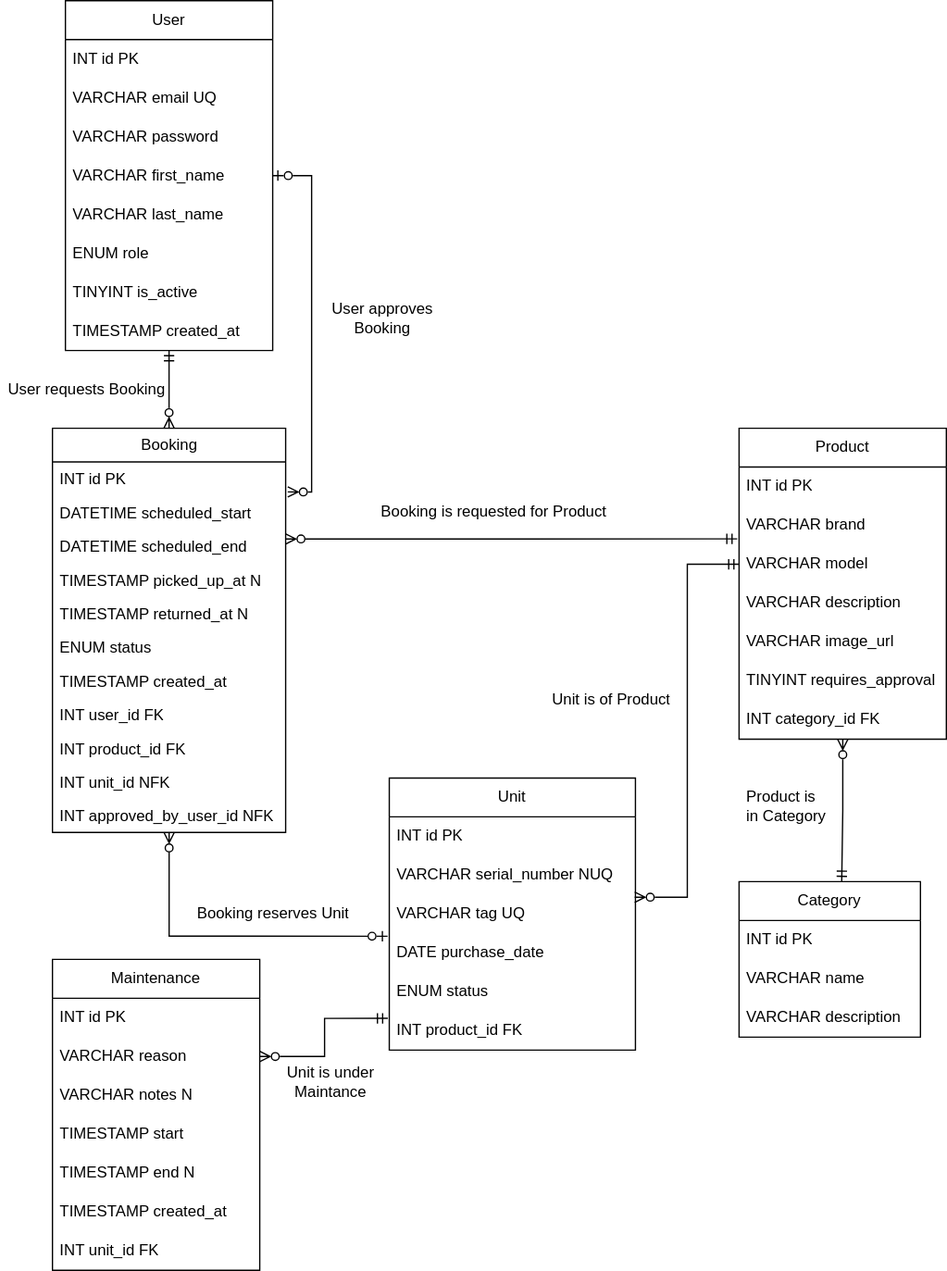
Before: database/Equipment Booking.drawio.svg, a diagram exported from draw.io (37265/equipment-manager). Source tidied: cells renumbered, new cells last; positions are measured from the earlier drawing's top-left corner, leaving out a move shared by most shapes.
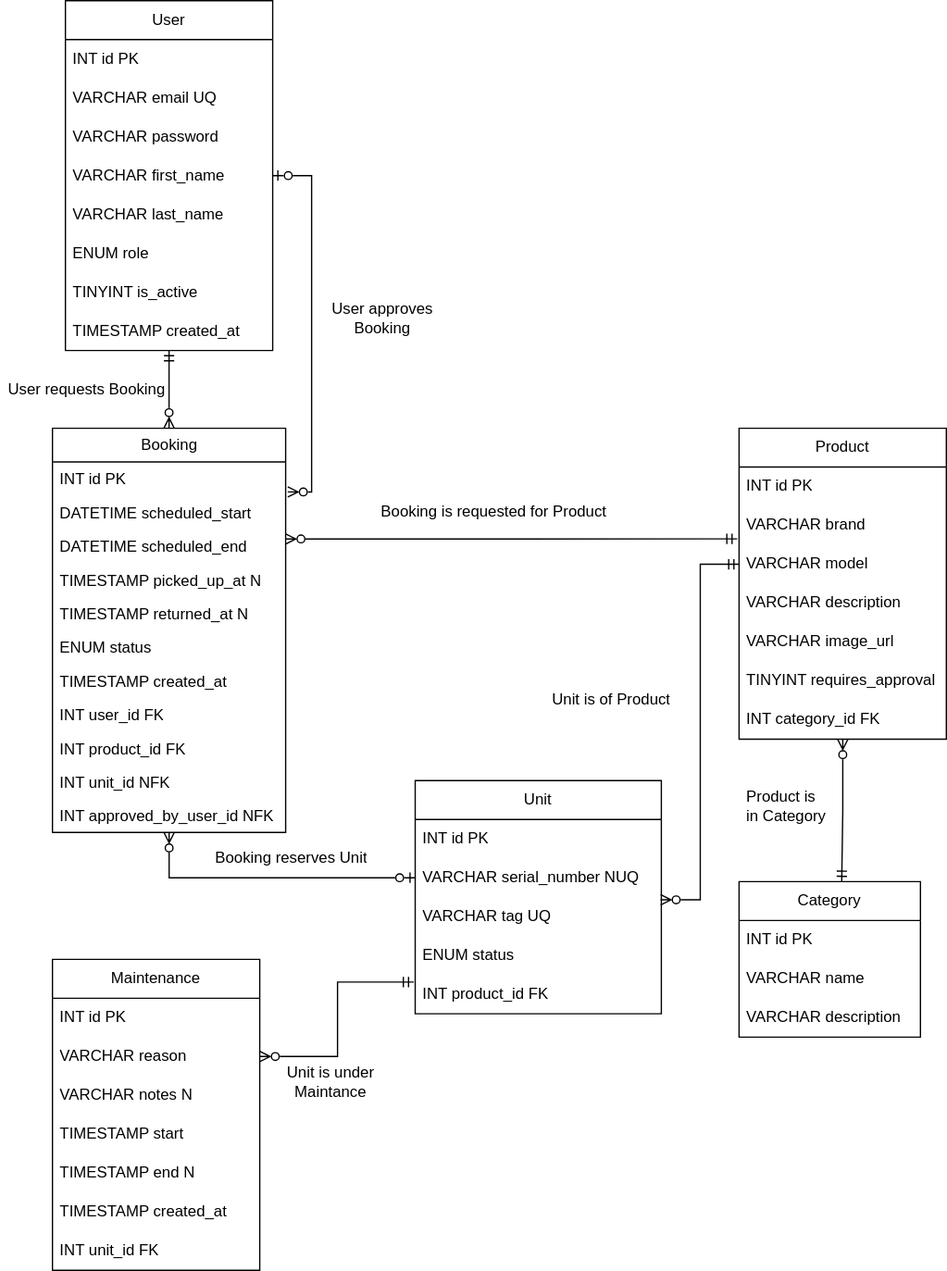
Above is the later version.

Diff of the diagram source:
```diff
@@ -105,7 +105,7 @@
       <mxGeometry y="286" width="180" height="26" as="geometry" />
     </mxCell>
     <mxCell id="36" value="Unit" style="swimlane;fontStyle=0;horizontal=1;startSize=30;whiteSpace=wrap;html=1;" parent="1" vertex="1">
-      <mxGeometry x="300" y="600" width="190" height="210" as="geometry" />
+      <mxGeometry x="320" y="602" width="190" height="180" as="geometry" />
     </mxCell>
     <mxCell id="37" value="INT id PK" style="text;strokeColor=none;fillColor=none;align=left;verticalAlign=middle;spacingLeft=4;spacingRight=4;overflow=hidden;whiteSpace=wrap;html=1;" parent="36" vertex="1">
       <mxGeometry y="30" width="190" height="30" as="geometry" />
@@ -116,14 +116,11 @@
     <mxCell id="39" value="VARCHAR tag UQ" style="text;strokeColor=none;fillColor=none;align=left;verticalAlign=middle;spacingLeft=4;spacingRight=4;overflow=hidden;points=[[0,0.5],[1,0.5]];portConstraint=eastwest;whiteSpace=wrap;html=1;" parent="36" vertex="1">
       <mxGeometry y="90" width="190" height="30" as="geometry" />
     </mxCell>
-    <mxCell id="40" value="DATE purchase_date" style="text;strokeColor=none;fillColor=none;align=left;verticalAlign=middle;spacingLeft=4;spacingRight=4;overflow=hidden;points=[[0,0.5],[1,0.5]];portConstraint=eastwest;whiteSpace=wrap;html=1;" parent="36" vertex="1">
-      <mxGeometry y="120" width="190" height="30" as="geometry" />
-    </mxCell>
     <mxCell id="41" value="ENUM status" style="text;strokeColor=none;fillColor=none;align=left;verticalAlign=middle;spacingLeft=4;spacingRight=4;overflow=hidden;whiteSpace=wrap;html=1;" parent="36" vertex="1">
-      <mxGeometry y="150" width="190" height="30" as="geometry" />
+      <mxGeometry y="120" width="190" height="30" as="geometry" />
     </mxCell>
     <mxCell id="42" value="&lt;div&gt;INT product_id FK&lt;/div&gt;" style="text;strokeColor=none;fillColor=none;align=left;verticalAlign=middle;spacingLeft=4;spacingRight=4;overflow=hidden;points=[[0,0.5],[1,0.5]];portConstraint=eastwest;whiteSpace=wrap;html=1;" parent="36" vertex="1">
-      <mxGeometry y="180" width="190" height="30" as="geometry" />
+      <mxGeometry y="150" width="190" height="30" as="geometry" />
     </mxCell>
     <mxCell id="43" style="edgeStyle=orthogonalEdgeStyle;rounded=0;jettySize=auto;html=1;entryX=0.566;entryY=-0.001;entryDx=0;entryDy=0;entryPerimeter=0;endArrow=ERmandOne;endFill=0;startArrow=ERzeroToMany;startFill=0;" parent="1" edge="1" source="12" target="20">
       <mxGeometry relative="1" as="geometry" />
@@ -131,11 +128,11 @@
     <mxCell id="44" value="Product is in&amp;nbsp;Category" style="text;strokeColor=none;fillColor=none;align=left;verticalAlign=middle;spacingLeft=4;spacingRight=4;overflow=hidden;whiteSpace=wrap;html=1;" parent="1" vertex="1">
       <mxGeometry x="570" y="602" width="110" height="40" as="geometry" />
     </mxCell>
-    <mxCell id="45" style="edgeStyle=orthogonalEdgeStyle;rounded=0;jettySize=auto;html=1;endArrow=ERzeroToOne;endFill=0;startArrow=ERzeroToMany;startFill=0;entryX=-0.007;entryY=0.071;entryDx=0;entryDy=0;entryPerimeter=0;" parent="1" edge="1" source="24" target="40">
+    <mxCell id="45" style="edgeStyle=orthogonalEdgeStyle;rounded=0;jettySize=auto;html=1;endArrow=ERzeroToOne;endFill=0;startArrow=ERzeroToMany;startFill=0;entryX=0;entryY=0.5;entryDx=0;entryDy=0;" parent="1" edge="1" source="24" target="38">
       <mxGeometry relative="1" as="geometry" />
     </mxCell>
     <mxCell id="46" value="Booking reserves Unit" style="text;strokeColor=none;fillColor=none;align=left;verticalAlign=middle;spacingLeft=4;spacingRight=4;overflow=hidden;whiteSpace=wrap;html=1;" parent="1" vertex="1">
-      <mxGeometry x="145.5" y="685" width="140" height="40" as="geometry" />
+      <mxGeometry x="160" y="642" width="140" height="40" as="geometry" />
     </mxCell>
     <mxCell id="47" style="edgeStyle=orthogonalEdgeStyle;rounded=0;jettySize=auto;html=1;entryX=0;entryY=0.5;entryDx=0;entryDy=0;endArrow=ERmandOne;endFill=0;startArrow=ERzeroToMany;startFill=0;exitX=0.997;exitY=0.067;exitDx=0;exitDy=0;exitPerimeter=0;" parent="1" edge="1" source="39" target="15">
       <mxGeometry relative="1" as="geometry" />
```
